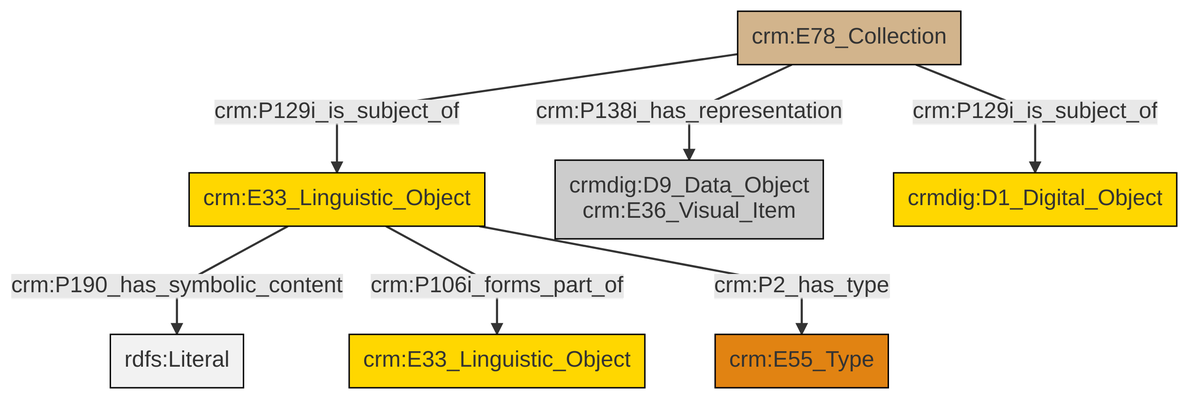
Before: et/archivalCSV/ttl/mmd/png/archival_docs.png, a diagram exported from Mermaid (swiss-art-research-net/docs.swissartresearch). Its source is kept beside it as et/archivalCSV/ttl/mmd/archival_docs.ttl.mmd. Its diagram source:
```mermaid
graph TD
classDef Literal fill:#f2f2f2,stroke:#000000;
classDef CRM_Entity fill:#FFFFFF,stroke:#000000;
classDef Temporal_Entity fill:#00C9E6, stroke:#000000;
classDef Type fill:#E18312, stroke:#000000;
classDef Time-Span fill:#2C9C91, stroke:#000000;
classDef Appellation fill:#FFEB7F, stroke:#000000;
classDef Place fill:#008836, stroke:#000000;
classDef Persistent_Item fill:#B266B2, stroke:#000000;
classDef Conceptual_Object fill:#FFD700, stroke:#000000;
classDef Physical_Thing fill:#D2B48C, stroke:#000000;
classDef Actor fill:#f58aad, stroke:#000000;
classDef PC_Classes fill:#4ce600, stroke:#000000;
classDef Multi fill:#cccccc,stroke:#000000;

0["crm:E33_Linguistic_Object"]:::Conceptual_Object -->|crm:P190_has_symbolic_content| 1[rdfs:Literal]:::Literal
0["crm:E33_Linguistic_Object"]:::Conceptual_Object -->|crm:P106i_forms_part_of| 2["crm:E33_Linguistic_Object"]:::Conceptual_Object
6["crm:E78_Collection"]:::Physical_Thing -->|crm:P138i_has_representation| 7["crmdig:D9_Data_Object<br>crm:E36_Visual_Item"]:::Multi
6["crm:E78_Collection"]:::Physical_Thing -->|crm:P129i_is_subject_of| 8["crmdig:D1_Digital_Object"]:::Conceptual_Object
0["crm:E33_Linguistic_Object"]:::Conceptual_Object -->|crm:P2_has_type| 3["crm:E55_Type"]:::Type
6["crm:E78_Collection"]:::Physical_Thing -->|crm:P129i_is_subject_of| 0["crm:E33_Linguistic_Object"]:::Conceptual_Object
```
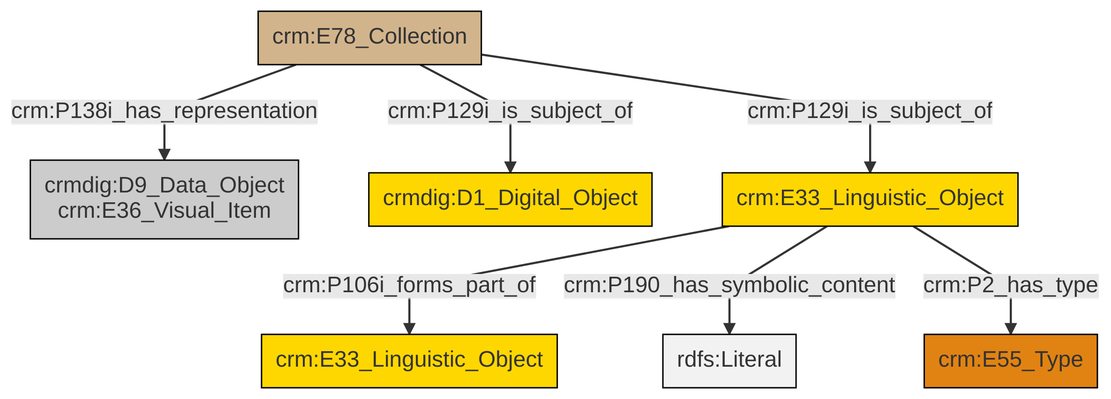
Later version of the same file.

The edit, as a diff of the source:
```diff
@@ -13,9 +13,9 @@
 classDef PC_Classes fill:#4ce600, stroke:#000000;
 classDef Multi fill:#cccccc,stroke:#000000;
 
-0["crm:E33_Linguistic_Object"]:::Conceptual_Object -->|crm:P190_has_symbolic_content| 1[rdfs:Literal]:::Literal
-0["crm:E33_Linguistic_Object"]:::Conceptual_Object -->|crm:P106i_forms_part_of| 2["crm:E33_Linguistic_Object"]:::Conceptual_Object
-6["crm:E78_Collection"]:::Physical_Thing -->|crm:P138i_has_representation| 7["crmdig:D9_Data_Object<br>crm:E36_Visual_Item"]:::Multi
-6["crm:E78_Collection"]:::Physical_Thing -->|crm:P129i_is_subject_of| 8["crmdig:D1_Digital_Object"]:::Conceptual_Object
-0["crm:E33_Linguistic_Object"]:::Conceptual_Object -->|crm:P2_has_type| 3["crm:E55_Type"]:::Type
-6["crm:E78_Collection"]:::Physical_Thing -->|crm:P129i_is_subject_of| 0["crm:E33_Linguistic_Object"]:::Conceptual_Object
+0["crm:E78_Collection"]:::Physical_Thing -->|crm:P138i_has_representation| 1["crmdig:D9_Data_Object<br>crm:E36_Visual_Item"]:::Multi
+0["crm:E78_Collection"]:::Physical_Thing -->|crm:P129i_is_subject_of| 7["crm:E33_Linguistic_Object"]:::Conceptual_Object
+0["crm:E78_Collection"]:::Physical_Thing -->|crm:P129i_is_subject_of| 2["crmdig:D1_Digital_Object"]:::Conceptual_Object
+7["crm:E33_Linguistic_Object"]:::Conceptual_Object -->|crm:P106i_forms_part_of| 11["crm:E33_Linguistic_Object"]:::Conceptual_Object
+7["crm:E33_Linguistic_Object"]:::Conceptual_Object -->|crm:P190_has_symbolic_content| 14[rdfs:Literal]:::Literal
+7["crm:E33_Linguistic_Object"]:::Conceptual_Object -->|crm:P2_has_type| 5["crm:E55_Type"]:::Type
```
